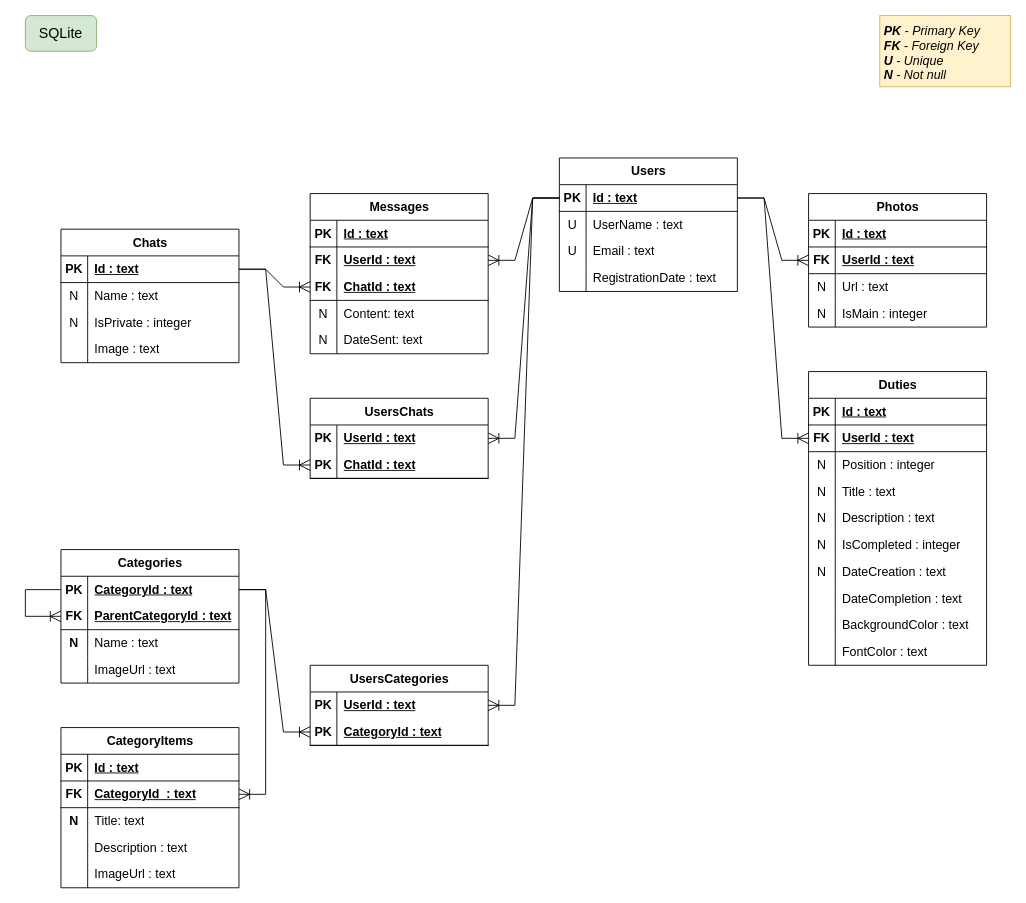
Before: db-schema/db-scheme-sqlite.drawio in OleksandrTsvik/MyMultiProject, a draw.io diagram. Source tidied: cells renumbered, new cells numbered last; positions are measured from the earlier drawing's top-left corner, leaving out a move shared by most shapes. Both pictures are drawn from the tidied source at 89%, with x=0, y=0 at pixel (25, 15).
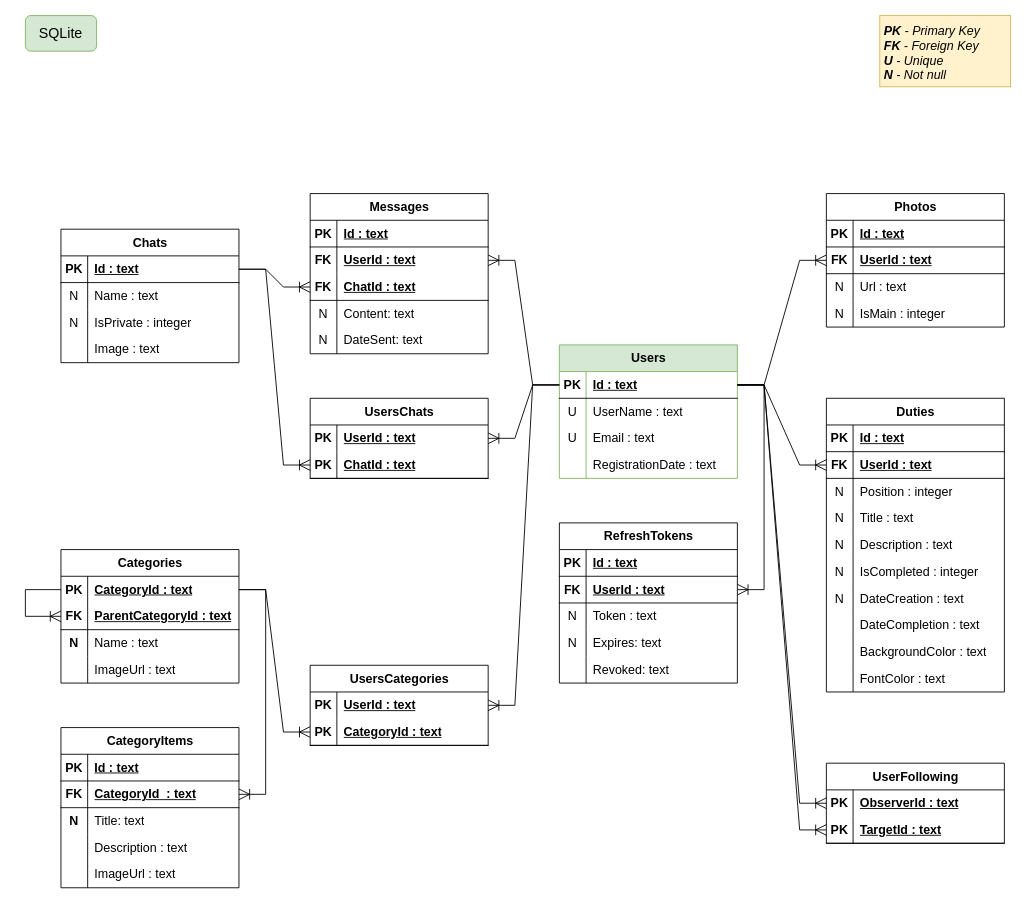
Above is the later version.

The change refers to these unchanged cells:
```xml
<mxCell id="3" style="shape=tableRow;horizontal=0;startSize=0;swimlaneHead=0;swimlaneBody=0;fillColor=none;points=[[0,0.5],[1,0.5]];portConstraint=eastwest;top=0;left=0;right=0;bottom=1;fontSize=14;" parent="2" vertex="1">
  <mxGeometry y="30" width="200" height="30" as="geometry" />
</mxCell>
```

Diff of the diagram source:
```diff
@@
-    <mxCell id="2" value="Users" style="shape=table;startSize=30;childLayout=tableLayout;rowLines=0;fontStyle=1;align=center;html=1;fontSize=14;" parent="1" vertex="1">
-      <mxGeometry x="600" y="160" width="200" height="150" as="geometry" />
+    <mxCell id="2" value="Users" style="shape=table;startSize=30;childLayout=tableLayout;rowLines=0;fontStyle=1;align=center;html=1;fontSize=14;fillColor=#d5e8d4;strokeColor=#82b366;" parent="1" vertex="1">
+      <mxGeometry x="600" y="370" width="200" height="150" as="geometry" />
     </mxCell>
@@
     <mxCell id="15" value="Duties" style="shape=table;startSize=30;childLayout=tableLayout;rowLines=0;fontStyle=1;align=center;html=1;fontSize=14;" parent="1" vertex="1">
-      <mxGeometry x="880" y="400" width="200" height="330" as="geometry" />
+      <mxGeometry x="900" y="430" width="200" height="330" as="geometry" />
     </mxCell>
@@
     <mxCell id="47" value="Photos" style="shape=table;startSize=30;childLayout=tableLayout;rowLines=0;fontStyle=1;align=center;html=1;fontSize=14;" parent="1" vertex="1">
-      <mxGeometry x="880" y="200" width="200" height="150" as="geometry" />
+      <mxGeometry x="900" y="200" width="200" height="150" as="geometry" />
     </mxCell>
@@
+    <mxCell id="143" value="UserFollowing" style="shape=table;startSize=30;childLayout=tableLayout;rowLines=0;fontStyle=1;align=center;html=1;fontSize=14;" parent="1" vertex="1">
+      <mxGeometry x="900" y="840" width="200" height="90" as="geometry" />
+    </mxCell>
+    <mxCell id="144" style="shape=tableRow;horizontal=0;startSize=0;swimlaneHead=0;swimlaneBody=0;fillColor=none;points=[[0,0.5],[1,0.5]];portConstraint=eastwest;top=0;left=0;right=0;bottom=0;fontSize=14;" parent="143" vertex="1">
+      <mxGeometry y="30" width="200" height="30" as="geometry" />
+    </mxCell>
+    <mxCell id="145" value="PK" style="shape=partialRectangle;fillColor=none;top=0;left=0;bottom=0;right=0;fontStyle=1;overflow=hidden;whiteSpace=wrap;html=1;fontSize=14;" parent="144" vertex="1">
+      <mxGeometry width="30" height="30" as="geometry" />
+    </mxCell>
+    <mxCell id="146" value="ObserverId : text" style="shape=partialRectangle;fillColor=none;top=0;left=0;bottom=0;right=0;align=left;spacingLeft=6;fontStyle=5;overflow=hidden;whiteSpace=wrap;html=1;fontSize=14;" parent="144" vertex="1">
+      <mxGeometry x="30" width="170" height="30" as="geometry" />
+    </mxCell>
+    <mxCell id="147" style="shape=tableRow;horizontal=0;startSize=0;swimlaneHead=0;swimlaneBody=0;fillColor=none;points=[[0,0.5],[1,0.5]];portConstraint=eastwest;top=0;left=0;right=0;bottom=1;fontSize=14;" parent="143" vertex="1">
+      <mxGeometry y="60" width="200" height="30" as="geometry" />
+    </mxCell>
+    <mxCell id="148" value="PK" style="shape=partialRectangle;fillColor=none;top=0;left=0;bottom=0;right=0;fontStyle=1;overflow=hidden;whiteSpace=wrap;html=1;fontSize=14;" parent="147" vertex="1">
+      <mxGeometry width="30" height="30" as="geometry" />
+    </mxCell>
+    <mxCell id="149" value="TargetId : text" style="shape=partialRectangle;fillColor=none;top=0;left=0;bottom=0;right=0;align=left;spacingLeft=6;fontStyle=5;overflow=hidden;whiteSpace=wrap;html=1;fontSize=14;" parent="147" vertex="1">
+      <mxGeometry x="30" width="170" height="30" as="geometry" />
+    </mxCell>
+    <mxCell id="150" style="edgeStyle=entityRelationEdgeStyle;fontSize=12;html=1;endArrow=ERoneToMany;rounded=0;entryX=0;entryY=0.5;entryDx=0;entryDy=0;endSize=10;startSize=10;exitX=1;exitY=0.5;exitDx=0;exitDy=0;" parent="1" edge="1" source="3" target="144">
+      <mxGeometry relative="1" as="geometry" />
+    </mxCell>
+    <mxCell id="151" style="edgeStyle=entityRelationEdgeStyle;fontSize=12;html=1;endArrow=ERoneToMany;rounded=0;entryX=0;entryY=0.5;entryDx=0;entryDy=0;endSize=10;startSize=10;exitX=1;exitY=0.5;exitDx=0;exitDy=0;" parent="1" edge="1" source="3" target="147">
+      <mxGeometry relative="1" as="geometry" />
+    </mxCell>
+    <mxCell id="152" value="RefreshTokens" style="shape=table;startSize=30;childLayout=tableLayout;rowLines=0;fontStyle=1;align=center;html=1;fontSize=14;" parent="1" vertex="1">
+      <mxGeometry x="600" y="570" width="200" height="180" as="geometry" />
+    </mxCell>
+    <mxCell id="153" style="shape=tableRow;horizontal=0;startSize=0;swimlaneHead=0;swimlaneBody=0;fillColor=none;top=0;left=0;right=0;bottom=1;fontSize=14;swimlaneLine=1;labelBorderColor=none;" parent="152" vertex="1">
+      <mxGeometry y="30" width="200" height="30" as="geometry" />
+    </mxCell>
+    <mxCell id="154" value="PK" style="shape=partialRectangle;fillColor=none;top=0;left=0;bottom=0;right=0;fontStyle=1;overflow=hidden;whiteSpace=wrap;html=1;fontSize=14;" parent="153" vertex="1">
+      <mxGeometry width="30" height="30" as="geometry" />
+    </mxCell>
+    <mxCell id="155" value="Id : text" style="shape=partialRectangle;fillColor=none;top=0;left=0;bottom=0;right=0;align=left;spacingLeft=6;fontStyle=5;overflow=hidden;whiteSpace=wrap;html=1;fontSize=14;" parent="153" vertex="1">
+      <mxGeometry x="30" width="170" height="30" as="geometry" />
+    </mxCell>
+    <mxCell id="156" style="shape=tableRow;horizontal=0;startSize=0;swimlaneHead=0;swimlaneBody=0;fillColor=none;points=[[0,0.5],[1,0.5]];portConstraint=eastwest;top=0;left=0;right=0;bottom=1;fontSize=14;strokeColor=default;" parent="152" vertex="1">
+      <mxGeometry y="60" width="200" height="30" as="geometry" />
+    </mxCell>
+    <mxCell id="157" value="FK" style="shape=partialRectangle;fillColor=none;top=0;left=0;bottom=0;right=0;fontStyle=1;overflow=hidden;whiteSpace=wrap;html=1;fontSize=14;" parent="156" vertex="1">
+      <mxGeometry width="30" height="30" as="geometry" />
+    </mxCell>
+    <mxCell id="158" value="UserId : text" style="shape=partialRectangle;fillColor=none;top=0;left=0;bottom=0;right=0;align=left;spacingLeft=6;fontStyle=5;overflow=hidden;whiteSpace=wrap;html=1;fontSize=14;" parent="156" vertex="1">
+      <mxGeometry x="30" width="170" height="30" as="geometry" />
+    </mxCell>
+    <mxCell id="159" style="shape=tableRow;horizontal=0;startSize=0;swimlaneHead=0;swimlaneBody=0;fillColor=none;top=0;left=0;right=0;bottom=0;fontSize=14;" parent="152" vertex="1">
+      <mxGeometry y="90" width="200" height="30" as="geometry" />
+    </mxCell>
+    <mxCell id="160" value="N" style="shape=partialRectangle;fillColor=none;top=0;left=0;bottom=0;right=0;overflow=hidden;whiteSpace=wrap;html=1;fontSize=14;" parent="159" vertex="1">
+      <mxGeometry width="30" height="30" as="geometry" />
+    </mxCell>
+    <mxCell id="161" value="Token : text" style="shape=partialRectangle;fillColor=none;top=0;left=0;bottom=0;right=0;align=left;spacingLeft=6;overflow=hidden;whiteSpace=wrap;html=1;fontSize=14;" parent="159" vertex="1">
+      <mxGeometry x="30" width="170" height="30" as="geometry" />
+    </mxCell>
+    <mxCell id="162" style="shape=tableRow;horizontal=0;startSize=0;swimlaneHead=0;swimlaneBody=0;fillColor=none;top=0;left=0;right=0;bottom=0;fontSize=14;" parent="152" vertex="1">
+      <mxGeometry y="120" width="200" height="30" as="geometry" />
+    </mxCell>
+    <mxCell id="163" value="N" style="shape=partialRectangle;fillColor=none;top=0;left=0;bottom=0;right=0;overflow=hidden;whiteSpace=wrap;html=1;fontSize=14;" parent="162" vertex="1">
+      <mxGeometry width="30" height="30" as="geometry" />
+    </mxCell>
+    <mxCell id="164" value="Expires: text" style="shape=partialRectangle;fillColor=none;top=0;left=0;bottom=0;right=0;align=left;spacingLeft=6;overflow=hidden;whiteSpace=wrap;html=1;fontSize=14;" parent="162" vertex="1">
+      <mxGeometry x="30" width="170" height="30" as="geometry" />
+    </mxCell>
+    <mxCell id="165" style="shape=tableRow;horizontal=0;startSize=0;swimlaneHead=0;swimlaneBody=0;fillColor=none;top=0;left=0;right=0;bottom=0;fontSize=14;" parent="152" vertex="1">
+      <mxGeometry y="150" width="200" height="30" as="geometry" />
+    </mxCell>
+    <mxCell id="166" style="shape=partialRectangle;fillColor=none;top=0;left=0;bottom=0;right=0;overflow=hidden;whiteSpace=wrap;html=1;fontSize=14;" parent="165" vertex="1">
+      <mxGeometry width="30" height="30" as="geometry" />
+    </mxCell>
+    <mxCell id="167" value="Revoked: text" style="shape=partialRectangle;fillColor=none;top=0;left=0;bottom=0;right=0;align=left;spacingLeft=6;overflow=hidden;whiteSpace=wrap;html=1;fontSize=14;" parent="165" vertex="1">
+      <mxGeometry x="30" width="170" height="30" as="geometry" />
+    </mxCell>
+    <mxCell id="168" style="edgeStyle=entityRelationEdgeStyle;fontSize=12;html=1;endArrow=ERoneToMany;rounded=0;entryX=1;entryY=0.5;entryDx=0;entryDy=0;endSize=10;startSize=10;exitX=1;exitY=0.5;exitDx=0;exitDy=0;" parent="1" edge="1" source="3" target="156">
+      <mxGeometry relative="1" as="geometry" />
+    </mxCell>
```
